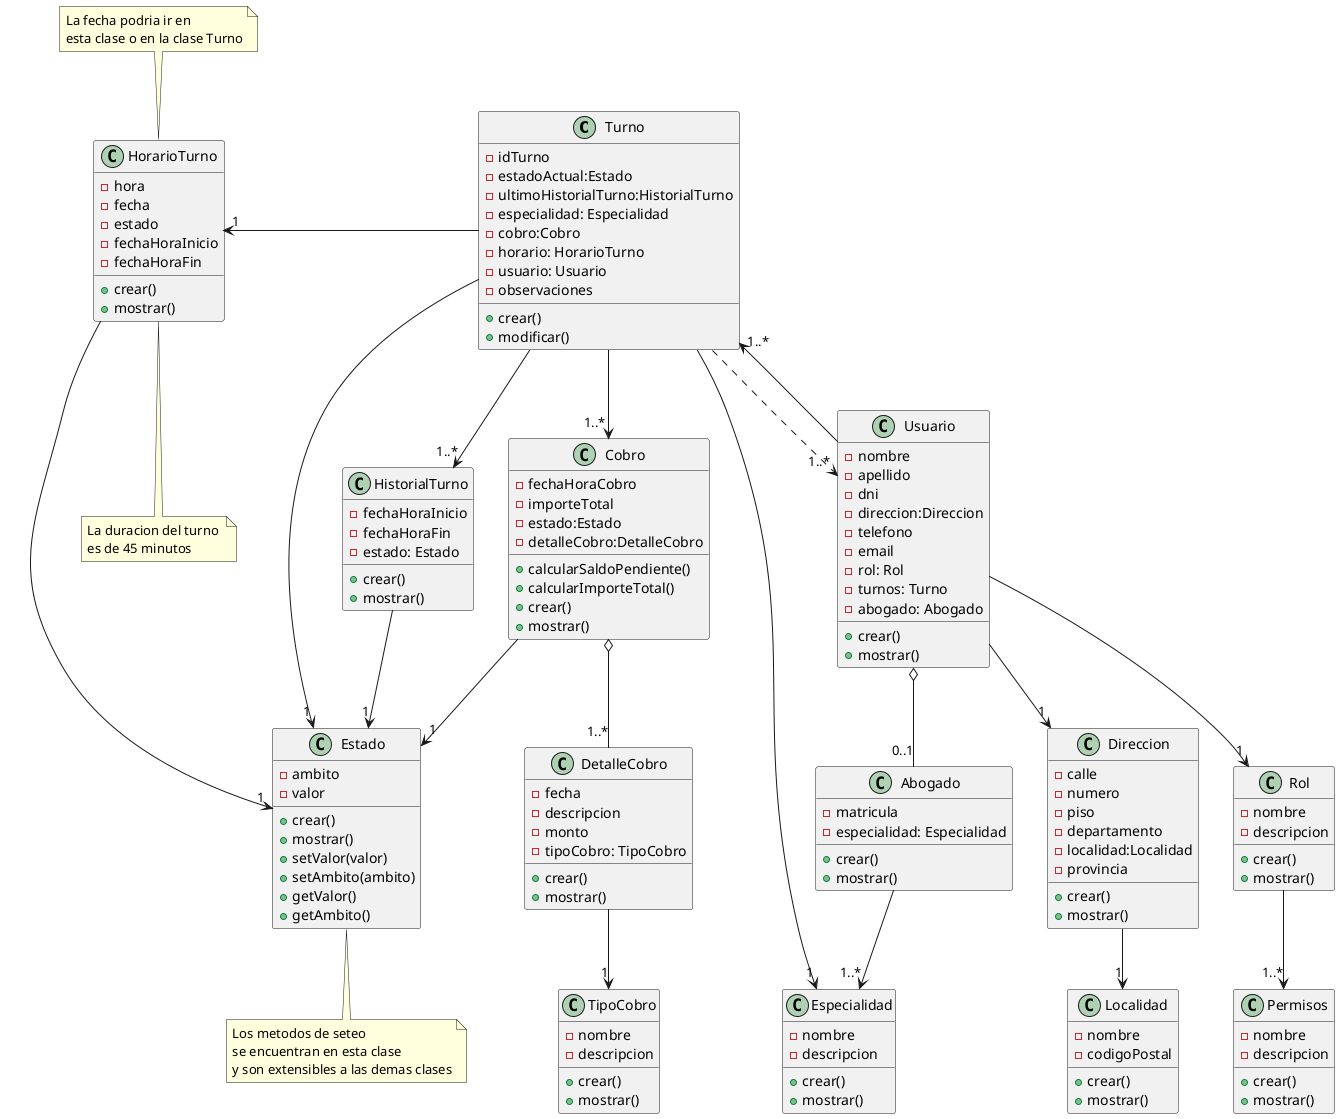
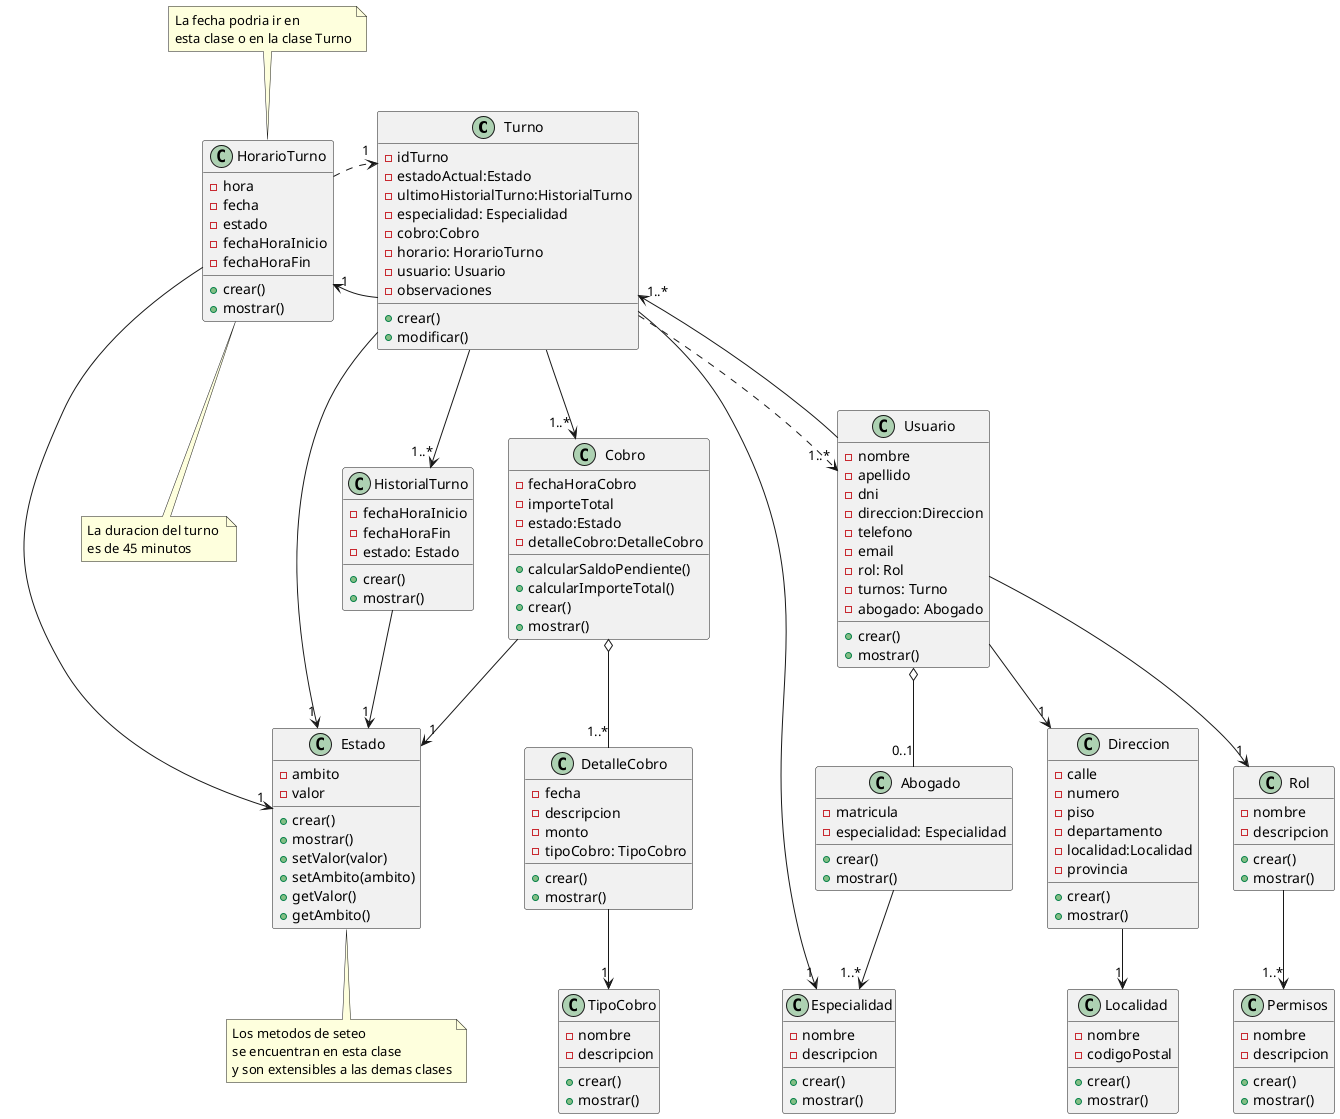
@startuml Diagrama de Clases
class Turno {
    - idTurno
    - estadoActual:Estado
    - ultimoHistorialTurno:HistorialTurno
    - especialidad: Especialidad
    - cobro:Cobro
    - horario: HorarioTurno
    - usuario: Usuario
    - observaciones
    + crear()
    + modificar()
}
Turno --> "1..* "Cobro
Turno -> "1" Estado
Turno -->"1..*" HistorialTurno
Turno --> "1" Especialidad
Turno -left-> "1"HorarioTurno
Turno ..> "1..*"Usuario

class Especialidad {
    - nombre
    - descripcion
    + crear()
    + mostrar()
}

class Usuario{
    - nombre
    - apellido
    - dni
    - direccion:Direccion
    - telefono
    - email
    - rol: Rol
    - turnos: Turno
    - abogado: Abogado
    + crear()
    + mostrar()
}

Usuario -->"1" Direccion
Usuario -->"1" Rol
Usuario -->"1..*" Turno
Usuario o--"0..1" Abogado

class Rol{
    - nombre
    - descripcion
    + crear()
    + mostrar()
}

Rol--> "1..*" Permisos

class Permisos {
    - nombre
    - descripcion
    + crear()
    + mostrar()
}

class Abogado {
    - matricula
    - especialidad: Especialidad
    + crear()
    + mostrar()
}

Abogado -->"1..*" Especialidad

class HistorialTurno{
    - fechaHoraInicio
    - fechaHoraFin
    - estado: Estado
    + crear()
    + mostrar()
}

HistorialTurno -->"1" Estado

class Cobro {
    - fechaHoraCobro
    - importeTotal
    - estado:Estado
    - detalleCobro:DetalleCobro
    + calcularSaldoPendiente()
    + calcularImporteTotal()
    + crear()
    + mostrar()

}

Cobro o--"1..*" DetalleCobro
Cobro -->"1" Estado

class DetalleCobro {
    - fecha
    - descripcion
    - monto
    - tipoCobro: TipoCobro
    + crear()
    + mostrar()
}

DetalleCobro --> "1" TipoCobro

class TipoCobro {
    - nombre
    - descripcion
    + crear()
    + mostrar()
}

class Estado{
    - ambito
    - valor
    + crear()
    + mostrar()
    + setValor(valor)
    + setAmbito(ambito)
    + getValor()
    + getAmbito()
}

note bottom of Estado : Los metodos de seteo \nse encuentran en esta clase \ny son extensibles a las demas clases

class Direccion{
    - calle
    - numero
    - piso
    - departamento
    - localidad:Localidad
    - provincia
    + crear()
    + mostrar()
}

Direccion -->"1" Localidad

class Localidad{
    - nombre
    - codigoPostal
    + crear()
    + mostrar()
}

class HorarioTurno {
    - hora
    - fecha
    - estado
    - fechaHoraInicio
    - fechaHoraFin
    + crear()
    + mostrar()
}
note top of HorarioTurno : La fecha podria ir en \nesta clase o en la clase Turno
note bottom of HorarioTurno: La duracion del turno \nes de 45 minutos

HorarioTurno --> "1"Estado
+ HorarioTurno ..> "1"Turno
@enduml